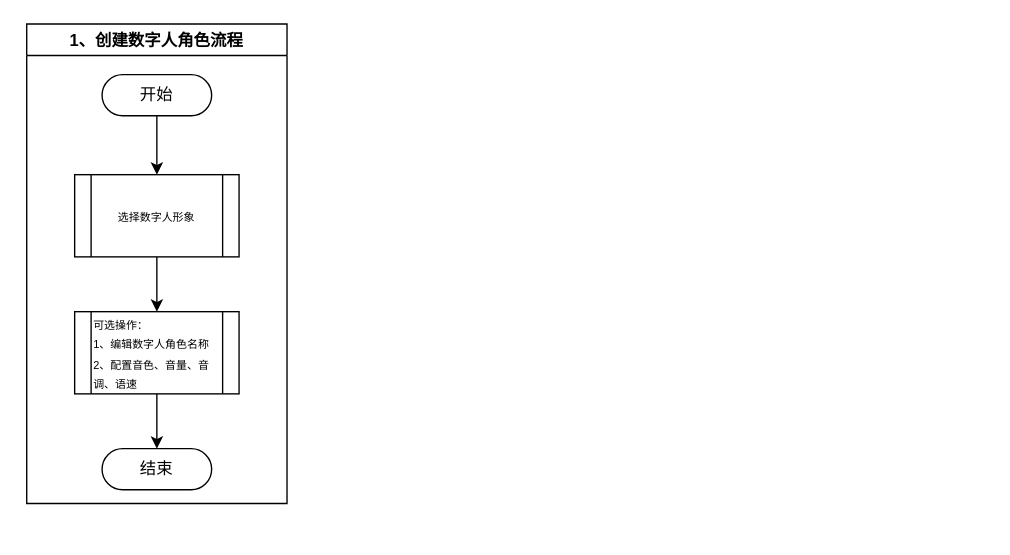
This is 数字人管理流程.drawio from zhuxuchao/zhuxuchao.github.io, a draw.io file, before an edit. Source tidied: cells renumbered, new cells numbered last; positions are measured from the earlier drawing's top-left corner, leaving out a move shared by most shapes. Both pictures are drawn from the tidied source at 137%, with x=0, y=0 at pixel (26, 23).
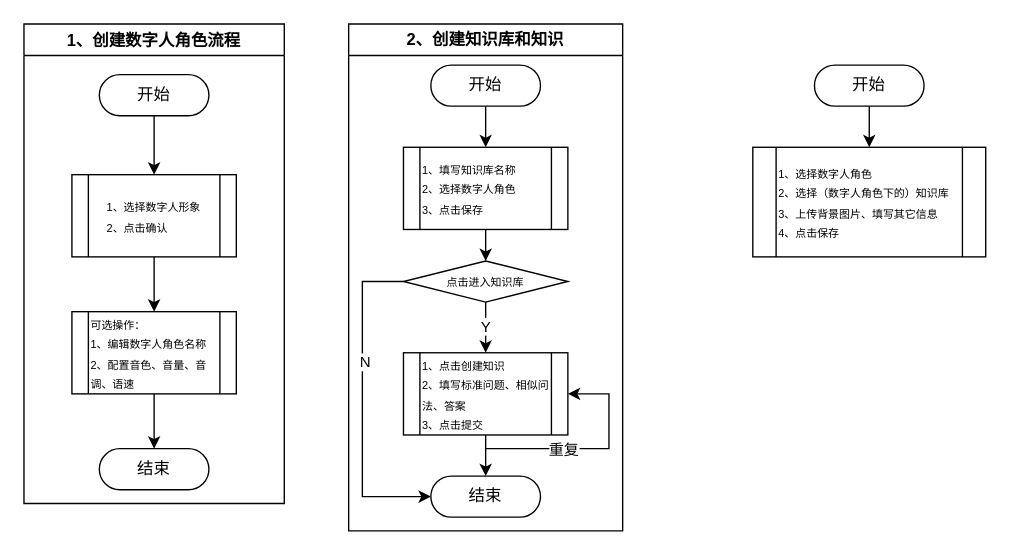
The same page after the edit.

Commit message (it also covers changes not shown here):
更新数字人管理流程.drawio

Change to the diagram source:
```diff
@@
+    <mxCell id="10" style="group;" parent="1" vertex="1">
+      <mxGeometry x="-2" width="190" height="350" as="geometry" />
+    </mxCell>
-    <mxCell id="2" style="edgeStyle=orthogonalEdgeStyle;rounded=0;jettySize=auto;html=1;" parent="1" edge="1" source="3" target="8">
+    <mxCell id="2" style="edgeStyle=orthogonalEdgeStyle;rounded=0;jettySize=auto;html=1;" parent="10" edge="1" source="3" target="8">
       <mxGeometry relative="1" as="geometry" />
     </mxCell>
-    <mxCell id="3" value="开始" style="html=1;dashed=0;whiteSpace=wrap;shape=mxgraph.dfd.start;" parent="1" vertex="1">
+    <mxCell id="3" value="开始" style="html=1;dashed=0;whiteSpace=wrap;shape=mxgraph.dfd.start;" parent="10" vertex="1">
       <mxGeometry x="55" y="37" width="80" height="30" as="geometry" />
     </mxCell>
-    <mxCell id="4" value="结束" style="html=1;dashed=0;whiteSpace=wrap;shape=mxgraph.dfd.start;" parent="1" vertex="1">
+    <mxCell id="4" value="结束" style="html=1;dashed=0;whiteSpace=wrap;shape=mxgraph.dfd.start;" parent="10" vertex="1">
       <mxGeometry x="55" y="310" width="80" height="30" as="geometry" />
     </mxCell>
-    <mxCell id="5" style="edgeStyle=orthogonalEdgeStyle;rounded=0;jettySize=auto;html=1;" parent="1" edge="1" source="6" target="4">
+    <mxCell id="5" style="edgeStyle=orthogonalEdgeStyle;rounded=0;jettySize=auto;html=1;" parent="10" edge="1" source="6" target="4">
       <mxGeometry relative="1" as="geometry" />
     </mxCell>
-    <mxCell id="6" value="&lt;font style=&quot;font-size: 8px;&quot;&gt;可选操作：&lt;/font&gt;&lt;div&gt;&lt;font style=&quot;font-size: 8px;&quot;&gt;1、编辑数字人角色名称&lt;/font&gt;&lt;/div&gt;&lt;div&gt;&lt;font style=&quot;font-size: 8px;&quot;&gt;2、配置音色、音量、音调、语速&lt;/font&gt;&lt;/div&gt;" style="shape=process;whiteSpace=wrap;html=1;backgroundOutline=1;align=left;" parent="1" vertex="1">
+    <mxCell id="6" value="&lt;font style=&quot;font-size: 8px;&quot;&gt;可选操作：&lt;/font&gt;&lt;div&gt;&lt;font style=&quot;font-size: 8px;&quot;&gt;1、编辑数字人角色名称&lt;/font&gt;&lt;/div&gt;&lt;div&gt;&lt;font style=&quot;font-size: 8px;&quot;&gt;2、配置音色、音量、音调、语速&lt;/font&gt;&lt;/div&gt;" style="shape=process;whiteSpace=wrap;html=1;backgroundOutline=1;align=left;" parent="10" vertex="1">
       <mxGeometry x="35" y="210" width="120" height="60" as="geometry" />
     </mxCell>
-    <mxCell id="7" style="edgeStyle=orthogonalEdgeStyle;rounded=0;jettySize=auto;html=1;" parent="1" edge="1" source="8" target="6">
+    <mxCell id="7" style="edgeStyle=orthogonalEdgeStyle;rounded=0;jettySize=auto;html=1;" parent="10" edge="1" source="8" target="6">
       <mxGeometry relative="1" as="geometry" />
     </mxCell>
-    <mxCell id="8" value="&lt;font style=&quot;font-size: 8px;&quot;&gt;选择数字人形象&lt;/font&gt;" style="shape=process;whiteSpace=wrap;html=1;backgroundOutline=1;align=center;" parent="1" vertex="1">
+    <mxCell id="8" value="&lt;font style=&quot;font-size: 8px;&quot;&gt;1、选择数字人形象&lt;/font&gt;&lt;div style=&quot;text-align: left;&quot;&gt;&lt;font style=&quot;font-size: 8px;&quot;&gt;2、点击确认&lt;/font&gt;&lt;/div&gt;" style="shape=process;whiteSpace=wrap;html=1;backgroundOutline=1;align=center;" parent="10" vertex="1">
       <mxGeometry x="35" y="110" width="120" height="60" as="geometry" />
     </mxCell>
-    <mxCell id="9" value="1、创建数字人角色流程" style="swimlane;" parent="1" vertex="1">
+    <mxCell id="9" value="1、创建数字人角色流程" style="swimlane;" parent="10" vertex="1">
       <mxGeometry width="190" height="350" as="geometry" />
     </mxCell>
+    <mxCell id="11" style="group;" parent="1" vertex="1">
+      <mxGeometry x="235" width="200" height="370" as="geometry" />
+    </mxCell>
+    <mxCell id="12" style="edgeStyle=orthogonalEdgeStyle;rounded=0;jettySize=auto;html=1;" parent="11" edge="1" source="13" target="15">
+      <mxGeometry relative="1" as="geometry" />
+    </mxCell>
+    <mxCell id="13" value="开始" style="html=1;dashed=0;whiteSpace=wrap;shape=mxgraph.dfd.start;" parent="11" vertex="1">
+      <mxGeometry x="60" y="30" width="80" height="30" as="geometry" />
+    </mxCell>
+    <mxCell id="14" style="edgeStyle=orthogonalEdgeStyle;rounded=0;jettySize=auto;html=1;" parent="11" edge="1" source="15" target="20">
+      <mxGeometry relative="1" as="geometry" />
+    </mxCell>
+    <mxCell id="15" value="&lt;font style=&quot;font-size: 8px;&quot;&gt;1、填写知识库名称&lt;/font&gt;&lt;div&gt;&lt;font style=&quot;font-size: 8px;&quot;&gt;2、选择数字人角色&lt;/font&gt;&lt;/div&gt;&lt;div&gt;&lt;font style=&quot;font-size: 8px;&quot;&gt;3、点击保存&lt;/font&gt;&lt;/div&gt;" style="shape=process;whiteSpace=wrap;html=1;backgroundOutline=1;align=left;" parent="11" vertex="1">
+      <mxGeometry x="40" y="90" width="120" height="60" as="geometry" />
+    </mxCell>
+    <mxCell id="16" style="edgeStyle=orthogonalEdgeStyle;rounded=0;jettySize=auto;html=1;" parent="11" edge="1" source="17" target="18">
+      <mxGeometry relative="1" as="geometry" />
+    </mxCell>
+    <mxCell id="17" value="&lt;div&gt;&lt;font style=&quot;font-size: 8px;&quot;&gt;1、点击创建知识&lt;/font&gt;&lt;/div&gt;&lt;div style=&quot;&quot;&gt;&lt;font style=&quot;font-size: 8px;&quot;&gt;2、填写标准问题、相似问法、答案&lt;/font&gt;&lt;/div&gt;&lt;div style=&quot;&quot;&gt;&lt;font style=&quot;font-size: 8px;&quot;&gt;3、点击提交&lt;/font&gt;&lt;/div&gt;" style="shape=process;whiteSpace=wrap;html=1;backgroundOutline=1;align=left;" parent="11" vertex="1">
+      <mxGeometry x="40" y="240" width="120" height="60" as="geometry" />
+    </mxCell>
+    <mxCell id="18" value="结束" style="html=1;dashed=0;whiteSpace=wrap;shape=mxgraph.dfd.start;" parent="11" vertex="1">
+      <mxGeometry x="60" y="330" width="80" height="30" as="geometry" />
+    </mxCell>
+    <mxCell id="19" value="Y" style="edgeStyle=orthogonalEdgeStyle;rounded=0;jettySize=auto;html=1;" parent="11" edge="1" source="20" target="17">
+      <mxGeometry relative="1" as="geometry" />
+    </mxCell>
+    <mxCell id="20" value="&lt;font style=&quot;font-size: 8px;&quot;&gt;点击进入知识库&lt;/font&gt;" style="rhombus;whiteSpace=wrap;html=1;" parent="11" vertex="1">
+      <mxGeometry x="40" y="173" width="120" height="30" as="geometry" />
+    </mxCell>
+    <mxCell id="21" style="endArrow=classic;html=1;rounded=0;exitX=0;exitY=0.5;exitDx=0;exitDy=0;entryX=0;entryY=0.5;entryDx=0;entryDy=0;entryPerimeter=0;" parent="11" edge="1" source="20" target="18">
+      <mxGeometry relative="1" as="geometry">
+        <Array as="points">
+          <mxPoint x="10" y="188" />
+          <mxPoint x="10" y="345" />
+        </Array>
+      </mxGeometry>
+    </mxCell>
+    <mxCell id="22" value="N" style="edgeLabel;html=1;align=center;verticalAlign=middle;" parent="21" vertex="1">
+      <mxGeometry x="-0.26" y="1" relative="1" as="geometry" />
+    </mxCell>
+    <mxCell id="23" style="endArrow=classic;html=1;rounded=0;entryX=1;entryY=0.5;entryDx=0;entryDy=0;" parent="11" edge="1" target="17">
+      <mxGeometry relative="1" as="geometry">
+        <mxPoint x="100" y="310" as="sourcePoint" />
+        <Array as="points">
+          <mxPoint x="190" y="310" />
+          <mxPoint x="190" y="270" />
+        </Array>
+      </mxGeometry>
+    </mxCell>
+    <mxCell id="24" value="重复" style="edgeLabel;html=1;align=center;verticalAlign=middle;" parent="23" vertex="1">
+      <mxGeometry x="-0.1" y="-1" relative="1" as="geometry">
+        <mxPoint x="-16" y="-1" as="offset" />
+      </mxGeometry>
+    </mxCell>
+    <mxCell id="25" value="2、创建知识库和知识" style="swimlane;whiteSpace=wrap;html=1;" parent="11" vertex="1">
+      <mxGeometry width="200" height="370" as="geometry" />
+    </mxCell>
+    <mxCell id="26" style="edgeStyle=orthogonalEdgeStyle;rounded=0;jettySize=auto;html=1;" parent="1" edge="1" source="27" target="28">
+      <mxGeometry relative="1" as="geometry" />
+    </mxCell>
+    <mxCell id="27" value="开始" style="html=1;dashed=0;whiteSpace=wrap;shape=mxgraph.dfd.start;" parent="1" vertex="1">
+      <mxGeometry x="575" y="30" width="80" height="30" as="geometry" />
+    </mxCell>
+    <mxCell id="28" value="&lt;font style=&quot;font-size: 8px;&quot;&gt;1、选择数字人角色&lt;/font&gt;&lt;div&gt;&lt;font style=&quot;font-size: 8px;&quot;&gt;2、选择&lt;span style=&quot;background-color: transparent; color: light-dark(rgb(0, 0, 0), rgb(255, 255, 255));&quot;&gt;（数字人角色下的）&lt;/span&gt;&lt;span style=&quot;background-color: transparent; color: light-dark(rgb(0, 0, 0), rgb(255, 255, 255));&quot;&gt;知识库&lt;/span&gt;&lt;/font&gt;&lt;/div&gt;&lt;div&gt;&lt;font style=&quot;font-size: 8px;&quot;&gt;&lt;span style=&quot;background-color: transparent; color: light-dark(rgb(0, 0, 0), rgb(255, 255, 255));&quot;&gt;3、上传背景图片、填写其它信息&lt;/span&gt;&lt;/font&gt;&lt;/div&gt;&lt;div&gt;&lt;font style=&quot;font-size: 8px;&quot;&gt;&lt;span style=&quot;background-color: transparent; color: light-dark(rgb(0, 0, 0), rgb(255, 255, 255));&quot;&gt;4、点击保存&lt;/span&gt;&lt;/font&gt;&lt;/div&gt;" style="shape=process;whiteSpace=wrap;html=1;backgroundOutline=1;align=left;" parent="1" vertex="1">
+      <mxGeometry x="530" y="90" width="170" height="80" as="geometry" />
+    </mxCell>
```
